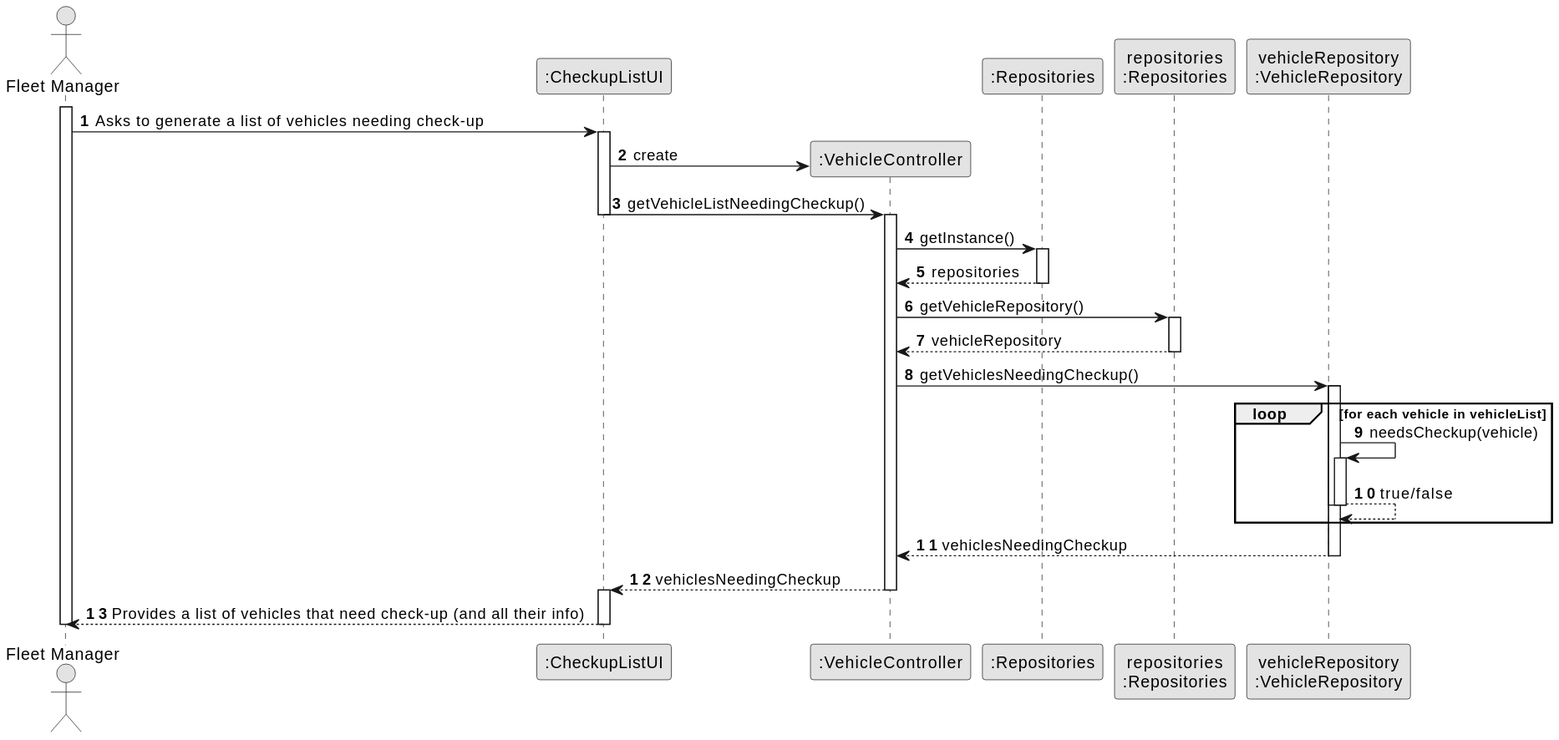
Above: docs/sprintB/us008/03.design/svg/us008-sequence-diagram-full.svg in SAEmanuel/Green_Spaces_Management_ISEP (PlantUML), before the change.
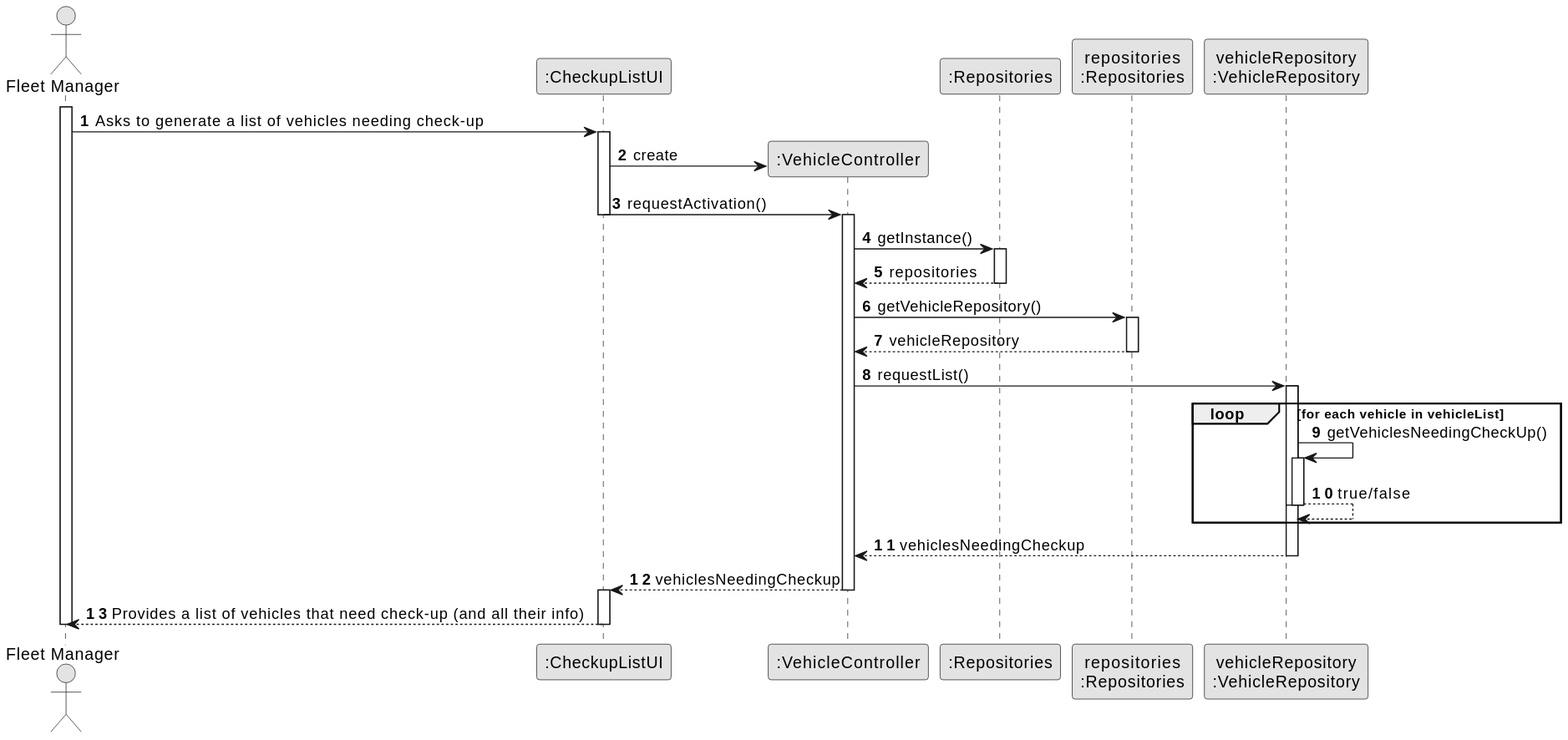
After the change.

Diff of the diagram source:
```diff
@@ -20,7 +20,7 @@
 
 UI -> CTRL** : create
 
-UI -> CTRL : getVehicleListNeedingCheckup()
+UI -> CTRL : requestActivation()
 
 deactivate UI
 
@@ -37,7 +37,7 @@
 PLAT --> CTRL: vehicleRepository
 deactivate PLAT
 
-CTRL -> vehicleRepository : getVehiclesNeedingCheckup()
+CTRL -> vehicleRepository : requestList()
 
 activate vehicleRepository
 
@@ -46,7 +46,7 @@
 activate vehicleRepository
 
 loop for each vehicle in vehicleList
-    vehicleRepository -> vehicleRepository : needsCheckup(vehicle)
+    vehicleRepository -> vehicleRepository : getVehiclesNeedingCheckUp()
     activate vehicleRepository
     vehicleRepository --> vehicleRepository : true/false
     deactivate vehicleRepository
```
